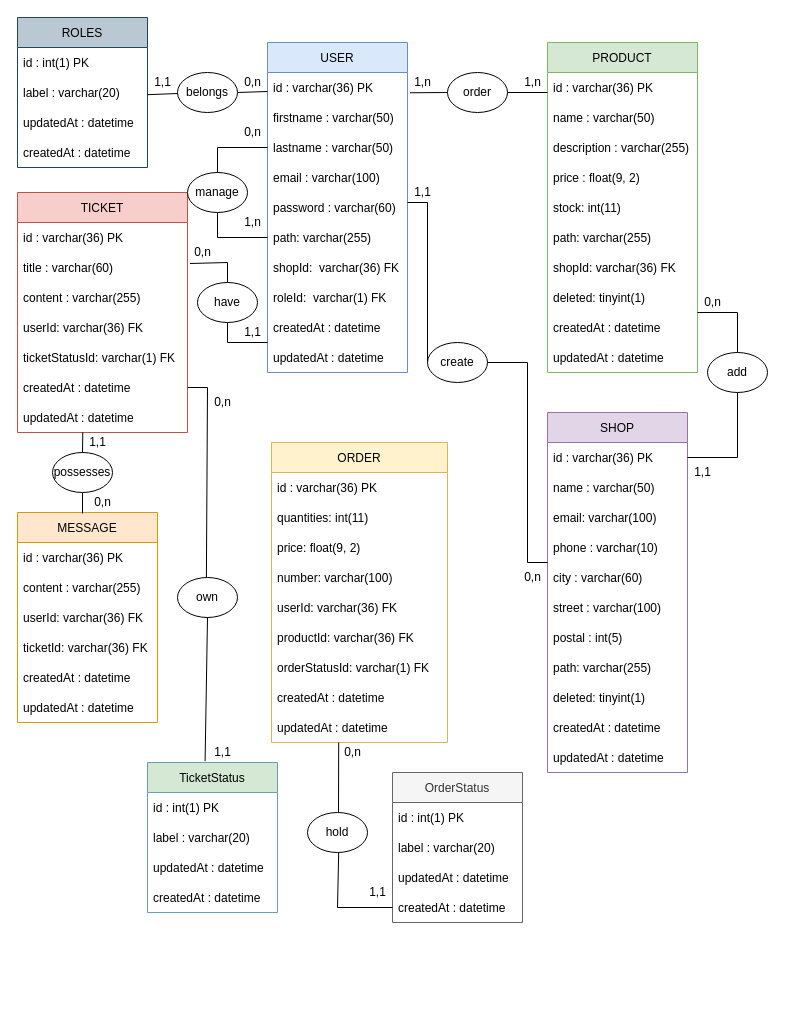
Above: Diagrammes/MCD.drawio in KadenHD/DragNReceive_General (draw.io), before the change. Source tidied: cells renumbered, new cells numbered last; positions are measured from the earlier drawing's top-left corner, leaving out a move shared by most shapes. Both pictures are drawn from the tidied source at 100%, with x=0, y=0 at pixel (17, 17).
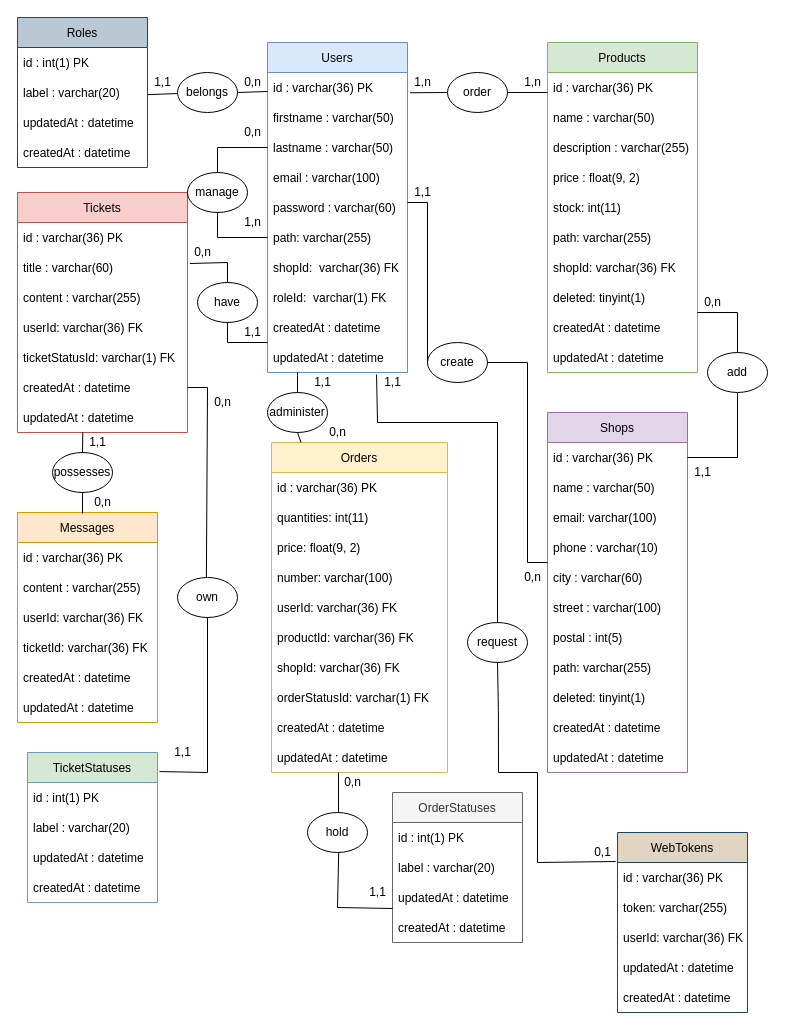
The same page after the edit.

Unchanged cells that the change refers to:
```xml
<mxCell id="12" value="updatedAt : datetime" style="text;strokeColor=none;fillColor=none;align=left;verticalAlign=middle;spacingLeft=4;spacingRight=4;overflow=hidden;points=[[0,0.5],[1,0.5]];portConstraint=eastwest;" parent="2" vertex="1">
  <mxGeometry y="300" width="140" height="30" as="geometry" />
</mxCell>
<mxCell id="105" value="createdAt : datetime" style="text;strokeColor=none;fillColor=none;align=left;verticalAlign=middle;spacingLeft=4;spacingRight=4;overflow=hidden;points=[[0,0.5],[1,0.5]];portConstraint=eastwest;" parent="101" vertex="1">
  <mxGeometry y="120" width="130" height="30" as="geometry" />
</mxCell>
<mxCell id="112" value="own" style="ellipse;whiteSpace=wrap;html=1;" parent="1" vertex="1">
  <mxGeometry x="160" y="560" width="60" height="40" as="geometry" />
</mxCell>
```

Diff of the diagram source:
```diff
@@
-    <mxCell id="2" value="USER" style="swimlane;fontStyle=0;horizontal=1;startSize=30;fillColor=#dae8fc;strokeColor=#6c8ebf;" parent="1" vertex="1">
+    <mxCell id="2" value="Users" style="swimlane;fontStyle=0;horizontal=1;startSize=30;fillColor=#dae8fc;strokeColor=#6c8ebf;" parent="1" vertex="1">
       <mxGeometry x="250" y="25" width="140" height="330" as="geometry" />
     </mxCell>
@@
-    <mxCell id="13" value="ROLES" style="swimlane;fontStyle=0;horizontal=1;startSize=30;fillColor=#bac8d3;strokeColor=#23445d;" parent="1" vertex="1">
+    <mxCell id="13" value="Roles" style="swimlane;fontStyle=0;horizontal=1;startSize=30;fillColor=#bac8d3;strokeColor=#23445d;" parent="1" vertex="1">
       <mxGeometry width="130" height="150" as="geometry" />
     </mxCell>
@@
-    <mxCell id="19" value="TICKET" style="swimlane;fontStyle=0;horizontal=1;startSize=30;fillColor=#f8cecc;strokeColor=#b85450;" parent="1" vertex="1">
+    <mxCell id="19" value="Tickets" style="swimlane;fontStyle=0;horizontal=1;startSize=30;fillColor=#f8cecc;strokeColor=#b85450;" parent="1" vertex="1">
       <mxGeometry y="175" width="170" height="240" as="geometry" />
     </mxCell>
@@
-    <mxCell id="27" value="MESSAGE" style="swimlane;fontStyle=0;horizontal=1;startSize=30;fillColor=#ffe6cc;strokeColor=#d79b00;" parent="1" vertex="1">
+    <mxCell id="27" value="Messages" style="swimlane;fontStyle=0;horizontal=1;startSize=30;fillColor=#ffe6cc;strokeColor=#d79b00;" parent="1" vertex="1">
       <mxGeometry y="495" width="140" height="210" as="geometry" />
     </mxCell>
@@
-    <mxCell id="34" value="SHOP" style="swimlane;fontStyle=0;horizontal=1;startSize=30;fillColor=#e1d5e7;strokeColor=#9673a6;" parent="1" vertex="1">
+    <mxCell id="34" value="Shops" style="swimlane;fontStyle=0;horizontal=1;startSize=30;fillColor=#e1d5e7;strokeColor=#9673a6;" parent="1" vertex="1">
       <mxGeometry x="530" y="395" width="140" height="360" as="geometry" />
     </mxCell>
@@
+    <mxCell id="122" style="endArrow=none;html=1;rounded=0;exitX=0.779;exitY=1.067;exitDx=0;exitDy=0;exitPerimeter=0;entryX=-0.015;entryY=-0.033;entryDx=0;entryDy=0;entryPerimeter=0;" parent="34" edge="1" target="125">
+      <mxGeometry relative="1" as="geometry">
+        <mxPoint x="-50" y="250" as="sourcePoint" />
+        <Array as="points">
+          <mxPoint x="-49.1" y="298" />
+          <mxPoint x="-49" y="360" />
+          <mxPoint x="-10" y="360" />
+          <mxPoint x="-10" y="450" />
+        </Array>
+      </mxGeometry>
+    </mxCell>
@@
-    <mxCell id="46" value="PRODUCT" style="swimlane;fontStyle=0;horizontal=1;startSize=30;fillColor=#d5e8d4;strokeColor=#82b366;" parent="1" vertex="1">
+    <mxCell id="46" value="Products" style="swimlane;fontStyle=0;horizontal=1;startSize=30;fillColor=#d5e8d4;strokeColor=#82b366;" parent="1" vertex="1">
       <mxGeometry x="530" y="25" width="150" height="330" as="geometry" />
     </mxCell>
@@
-    <mxCell id="90" value="ORDER" style="swimlane;fontStyle=0;horizontal=1;startSize=30;fillColor=#fff2cc;strokeColor=#d6b656;" parent="1" vertex="1">
-      <mxGeometry x="254" y="425" width="176" height="300" as="geometry" />
+    <mxCell id="90" value="Orders" style="swimlane;fontStyle=0;horizontal=1;startSize=30;fillColor=#fff2cc;strokeColor=#d6b656;" parent="1" vertex="1">
+      <mxGeometry x="254" y="425" width="176" height="330" as="geometry" />
     </mxCell>
@@
+    <mxCell id="123" value="shopId: varchar(36) FK" style="text;strokeColor=none;fillColor=none;align=left;verticalAlign=middle;spacingLeft=4;spacingRight=4;overflow=hidden;" parent="90" vertex="1">
+      <mxGeometry y="210" width="176" height="30" as="geometry" />
+    </mxCell>
     <mxCell id="97" value="orderStatusId: varchar(1) FK" style="text;strokeColor=none;fillColor=none;align=left;verticalAlign=middle;spacingLeft=4;spacingRight=4;overflow=hidden;" parent="90" vertex="1">
-      <mxGeometry y="210" width="176" height="30" as="geometry" />
+      <mxGeometry y="240" width="176" height="30" as="geometry" />
     </mxCell>
     <mxCell id="98" value="createdAt : datetime" style="text;strokeColor=none;fillColor=none;align=left;verticalAlign=middle;spacingLeft=4;spacingRight=4;overflow=hidden;" parent="90" vertex="1">
-      <mxGeometry y="240" width="176" height="30" as="geometry" />
+      <mxGeometry y="270" width="176" height="30" as="geometry" />
     </mxCell>
     <mxCell id="99" value="updatedAt : datetime" style="text;strokeColor=none;fillColor=none;align=left;verticalAlign=middle;spacingLeft=4;spacingRight=4;overflow=hidden;" parent="90" vertex="1">
-      <mxGeometry y="270" width="176" height="30" as="geometry" />
+      <mxGeometry y="300" width="176" height="30" as="geometry" />
     </mxCell>
@@
-    <mxCell id="101" value="OrderStatus" style="swimlane;fontStyle=0;horizontal=1;startSize=30;fillColor=#f5f5f5;strokeColor=#666666;fontColor=#333333;" parent="1" vertex="1">
-      <mxGeometry x="375" y="755" width="130" height="150" as="geometry" />
+    <mxCell id="101" value="OrderStatuses" style="swimlane;fontStyle=0;horizontal=1;startSize=30;fillColor=#f5f5f5;strokeColor=#666666;fontColor=#333333;" parent="1" vertex="1">
+      <mxGeometry x="375" y="775" width="130" height="150" as="geometry" />
     </mxCell>
@@
-    <mxCell id="107" value="TicketStatus" style="swimlane;fontStyle=0;horizontal=1;startSize=30;fillColor=#d5e8d4;strokeColor=#6F9CB3;" parent="1" vertex="1">
-      <mxGeometry x="130" y="745" width="130" height="150" as="geometry" />
+    <mxCell id="107" value="TicketStatuses" style="swimlane;fontStyle=0;horizontal=1;startSize=30;fillColor=#d5e8d4;strokeColor=#6F9CB3;" parent="1" vertex="1">
+      <mxGeometry x="10" y="735" width="130" height="150" as="geometry" />
     </mxCell>
@@
-    <mxCell id="114" style="endArrow=none;html=1;rounded=0;exitX=0.5;exitY=1;exitDx=0;exitDy=0;entryX=0.443;entryY=-0.009;entryDx=0;entryDy=0;entryPerimeter=0;" parent="1" edge="1" source="112" target="107">
-      <mxGeometry relative="1" as="geometry" />
+    <mxCell id="114" style="endArrow=none;html=1;rounded=0;exitX=0.5;exitY=1;exitDx=0;exitDy=0;entryX=1.015;entryY=0.127;entryDx=0;entryDy=0;entryPerimeter=0;" parent="1" edge="1" source="112" target="107">
+      <mxGeometry relative="1" as="geometry">
+        <Array as="points">
+          <mxPoint x="190" y="755" />
+        </Array>
+      </mxGeometry>
     </mxCell>
@@
-    <mxCell id="116" style="endArrow=none;html=1;rounded=0;exitX=0.5;exitY=1;exitDx=0;exitDy=0;" parent="1" edge="1">
+    <mxCell id="116" style="endArrow=none;html=1;rounded=0;" parent="1" edge="1">
       <mxGeometry relative="1" as="geometry">
-        <mxPoint x="321.2" y="725" as="sourcePoint" />
+        <mxPoint x="321" y="755" as="sourcePoint" />
         <mxPoint x="321" y="795" as="targetPoint" />
       </mxGeometry>
     </mxCell>
-    <mxCell id="117" style="endArrow=none;html=1;rounded=0;exitX=0.5;exitY=1;exitDx=0;exitDy=0;entryX=0;entryY=0.5;entryDx=0;entryDy=0;" parent="1" edge="1" target="105">
+    <mxCell id="117" style="endArrow=none;html=1;rounded=0;exitX=0.5;exitY=1;exitDx=0;exitDy=0;entryX=0;entryY=-0.133;entryDx=0;entryDy=0;entryPerimeter=0;" parent="1" edge="1" target="105">
       <mxGeometry relative="1" as="geometry">
         <mxPoint x="321.2" y="835" as="sourcePoint" />
         <Array as="points">
           <mxPoint x="320" y="890" />
         </Array>
       </mxGeometry>
     </mxCell>
@@
     <mxCell id="119" value="1,1" style="text;html=1;align=center;verticalAlign=middle;strokeColor=none;fillColor=none;" parent="1" vertex="1">
-      <mxGeometry x="190" y="725" width="30" height="20" as="geometry" />
+      <mxGeometry x="150" y="725" width="30" height="20" as="geometry" />
     </mxCell>
@@
     <mxCell id="121" value="0,n" style="text;html=1;align=center;verticalAlign=middle;strokeColor=none;fillColor=none;" parent="1" vertex="1">
-      <mxGeometry x="320" y="725" width="30" height="20" as="geometry" />
+      <mxGeometry x="320" y="755" width="30" height="20" as="geometry" />
     </mxCell>
+    <mxCell id="124" value="WebTokens" style="swimlane;fontStyle=0;horizontal=1;startSize=30;fillColor=#E0D5C3;strokeColor=#23445d;" parent="1" vertex="1">
+      <mxGeometry x="600" y="815" width="130" height="180" as="geometry" />
+    </mxCell>
+    <mxCell id="125" value="id : varchar(36) PK" style="text;strokeColor=none;fillColor=none;align=left;verticalAlign=middle;spacingLeft=4;spacingRight=4;overflow=hidden;points=[[0,0.5],[1,0.5]];portConstraint=eastwest;" parent="124" vertex="1">
+      <mxGeometry y="30" width="130" height="30" as="geometry" />
+    </mxCell>
+    <mxCell id="126" value="token: varchar(255)" style="text;strokeColor=none;fillColor=none;align=left;verticalAlign=middle;spacingLeft=4;spacingRight=4;overflow=hidden;" parent="124" vertex="1">
+      <mxGeometry y="60" width="130" height="30" as="geometry" />
+    </mxCell>
+    <mxCell id="127" value="userId: varchar(36) FK" style="text;strokeColor=none;fillColor=none;align=left;verticalAlign=middle;spacingLeft=4;spacingRight=4;overflow=hidden;" parent="124" vertex="1">
+      <mxGeometry y="90" width="130" height="30" as="geometry" />
+    </mxCell>
+    <mxCell id="128" value="updatedAt : datetime" style="text;strokeColor=none;fillColor=none;align=left;verticalAlign=middle;spacingLeft=4;spacingRight=4;overflow=hidden;" parent="124" vertex="1">
+      <mxGeometry y="120" width="130" height="30" as="geometry" />
+    </mxCell>
+    <mxCell id="129" value="createdAt : datetime" style="text;strokeColor=none;fillColor=none;align=left;verticalAlign=middle;spacingLeft=4;spacingRight=4;overflow=hidden;" parent="124" vertex="1">
+      <mxGeometry y="150" width="130" height="30" as="geometry" />
+    </mxCell>
+    <mxCell id="130" value="administer" style="ellipse;whiteSpace=wrap;html=1;" parent="1" vertex="1">
+      <mxGeometry x="250" y="375" width="60" height="40" as="geometry" />
+    </mxCell>
+    <mxCell id="131" style="endArrow=none;html=1;rounded=0;exitX=0.5;exitY=0;exitDx=0;exitDy=0;" parent="1" edge="1" source="130">
+      <mxGeometry relative="1" as="geometry">
+        <mxPoint x="280" y="355" as="targetPoint" />
+        <Array as="points">
+          <mxPoint x="280" y="358" />
+        </Array>
+      </mxGeometry>
+    </mxCell>
+    <mxCell id="132" style="endArrow=none;html=1;rounded=0;" parent="1" edge="1" source="90">
+      <mxGeometry relative="1" as="geometry">
+        <mxPoint x="280" y="415" as="targetPoint" />
+        <Array as="points">
+          <mxPoint x="280" y="415" />
+        </Array>
+      </mxGeometry>
+    </mxCell>
+    <mxCell id="133" value="1,1" style="text;html=1;align=center;verticalAlign=middle;strokeColor=none;fillColor=none;" parent="1" vertex="1">
+      <mxGeometry x="290" y="355" width="30" height="20" as="geometry" />
+    </mxCell>
+    <mxCell id="134" value="0,n" style="text;html=1;align=center;verticalAlign=middle;strokeColor=none;fillColor=none;" parent="1" vertex="1">
+      <mxGeometry x="305" y="405" width="30" height="20" as="geometry" />
+    </mxCell>
+    <mxCell id="135" value="request" style="ellipse;whiteSpace=wrap;html=1;" parent="1" vertex="1">
+      <mxGeometry x="450" y="605" width="60" height="40" as="geometry" />
+    </mxCell>
+    <mxCell id="136" style="endArrow=none;html=1;rounded=0;exitX=0.779;exitY=1.067;exitDx=0;exitDy=0;entryX=0.5;entryY=0;entryDx=0;entryDy=0;exitPerimeter=0;" parent="1" edge="1" source="12" target="135">
+      <mxGeometry relative="1" as="geometry">
+        <Array as="points">
+          <mxPoint x="360" y="405" />
+          <mxPoint x="480" y="405" />
+        </Array>
+      </mxGeometry>
+    </mxCell>
+    <mxCell id="137" value="0,1" style="text;html=1;align=center;verticalAlign=middle;strokeColor=none;fillColor=none;" parent="1" vertex="1">
+      <mxGeometry x="570" y="825" width="30" height="20" as="geometry" />
+    </mxCell>
+    <mxCell id="138" value="1,1" style="text;html=1;align=center;verticalAlign=middle;strokeColor=none;fillColor=none;" parent="1" vertex="1">
+      <mxGeometry x="360" y="355" width="30" height="20" as="geometry" />
+    </mxCell>
```
